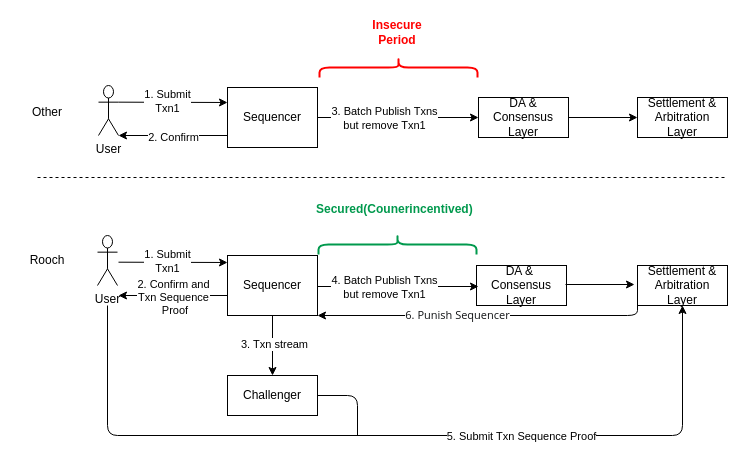
Earlier version of the draw.io diagram page "sequence-proof" (8 of 20) of static/diagram/rooch.drawio (rooch-network/rooch-network.github.io). Source tidied: cells renumbered, new cells numbered last; positions are measured from the earlier drawing's top-left corner, leaving out a move shared by most shapes. Both pictures are drawn from the tidied source at 100%, with x=0, y=0 at pixel (17, 17).
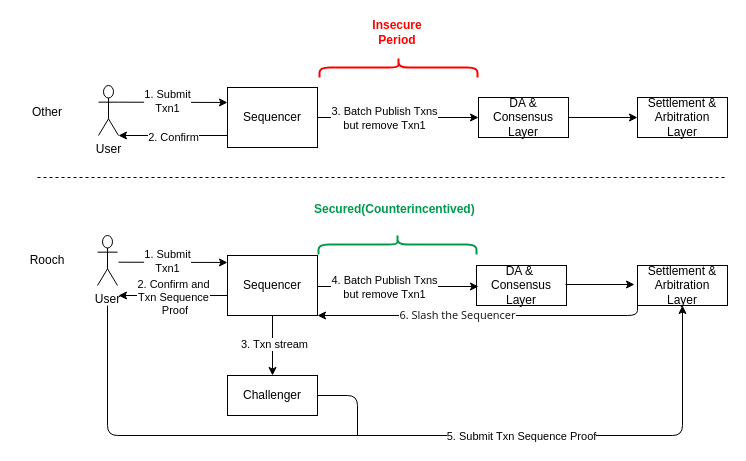
The same page after the edit.

Commit message (it also covers changes not shown here):
[diagram] fix typo

The change refers to these unchanged cells:
```xml
<mxCell id="12" style="edgeStyle=none;html=1;exitX=0;exitY=1;exitDx=0;exitDy=0;entryX=1;entryY=1;entryDx=0;entryDy=0;fontSize=18;startArrow=none;startFill=0;endArrow=classic;endFill=1;" parent="1" edge="1" source="14" target="8">
  <mxGeometry relative="1" as="geometry">
    <Array as="points">
      <mxPoint x="620" y="298" />
    </Array>
  </mxGeometry>
</mxCell>
```

Diff of the diagram source:
```diff
@@
-    <mxCell id="13" value="&lt;span style=&quot;caret-color: rgb(16, 18, 20); color: rgb(16, 18, 20); font-family: &amp;quot;PingFang SC&amp;quot;, &amp;quot;Segoe UI&amp;quot;, Arial, &amp;quot;Microsoft YaHei&amp;quot;, 微软雅黑, 宋体, &amp;quot;Malgun Gothic&amp;quot;, sans-serif; font-size: 11px; text-align: start; text-size-adjust: auto;&quot;&gt;6. Punish Sequencer&lt;/span&gt;" style="edgeLabel;html=1;align=center;verticalAlign=middle;fontSize=11;" parent="12" vertex="1">
+    <mxCell id="13" value="&lt;span style=&quot;caret-color: rgb(16, 18, 20); color: rgb(16, 18, 20); font-family: &amp;quot;PingFang SC&amp;quot;, &amp;quot;Segoe UI&amp;quot;, Arial, &amp;quot;Microsoft YaHei&amp;quot;, 微软雅黑, 宋体, &amp;quot;Malgun Gothic&amp;quot;, sans-serif; font-size: 11px; text-align: start; text-size-adjust: auto;&quot;&gt;6. Slash the Sequencer&lt;/span&gt;" style="edgeLabel;html=1;align=center;verticalAlign=middle;fontSize=11;" parent="12" vertex="1">
       <mxGeometry x="0.15" y="-1" relative="1" as="geometry">
         <mxPoint x="-1" as="offset" />
       </mxGeometry>
     </mxCell>
@@
-    <mxCell id="38" value="&lt;font&gt;Secured(Counerincentived)&amp;nbsp;&lt;/font&gt;" style="text;html=1;strokeColor=none;fillColor=none;align=center;verticalAlign=middle;whiteSpace=wrap;rounded=0;fontColor=#00994D;fontStyle=1;" parent="1" vertex="1">
+    <mxCell id="38" value="&lt;font&gt;Secured(Counterincentived)&amp;nbsp;&lt;/font&gt;" style="text;html=1;strokeColor=none;fillColor=none;align=center;verticalAlign=middle;whiteSpace=wrap;rounded=0;fontColor=#00994D;fontStyle=1;" parent="1" vertex="1">
       <mxGeometry x="349" y="177" width="60" height="30" as="geometry" />
     </mxCell>
```
